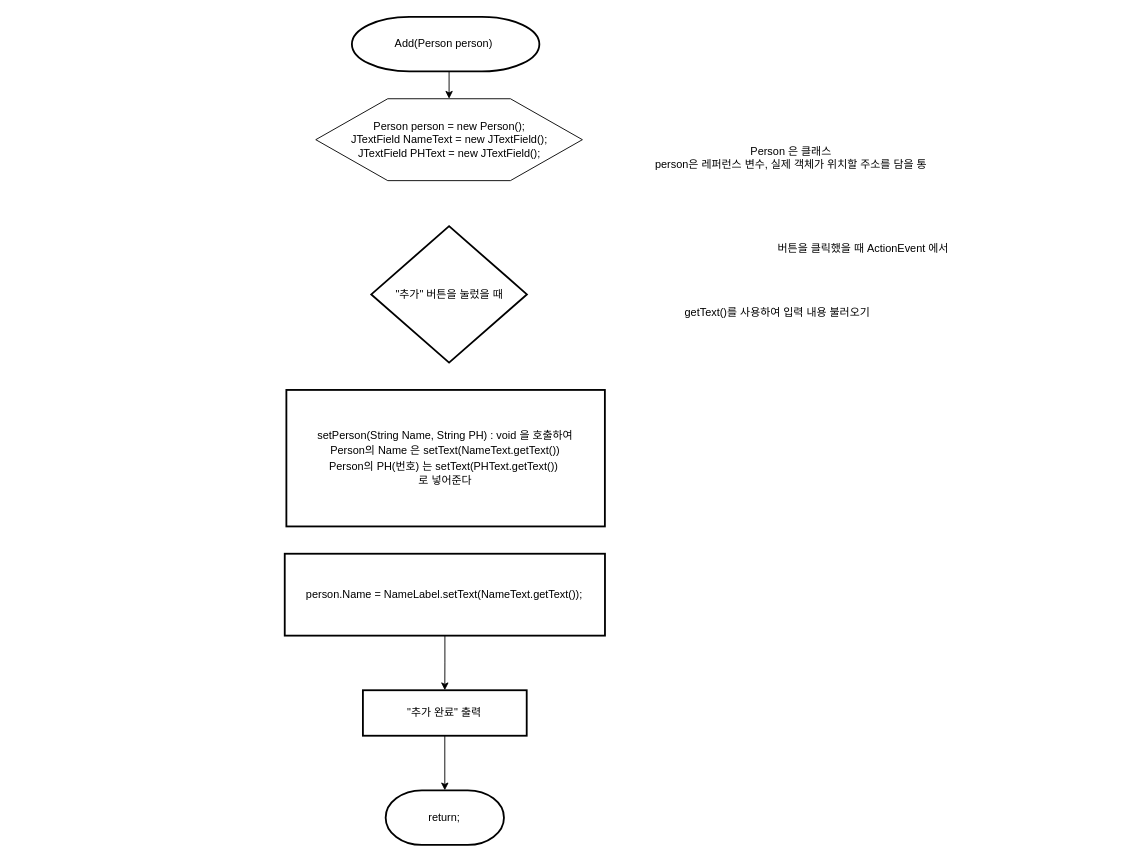
This is 순서도/Add 기능 순서도_java.drawio from skatld123/PH_list_java, a draw.io file, before an edit. Source tidied: cells renumbered, new cells numbered last; positions are measured from the earlier drawing's top-left corner, leaving out a move shared by most shapes. Both pictures are drawn from the tidied source at 91%, with x=0, y=0 at pixel (284, 16).
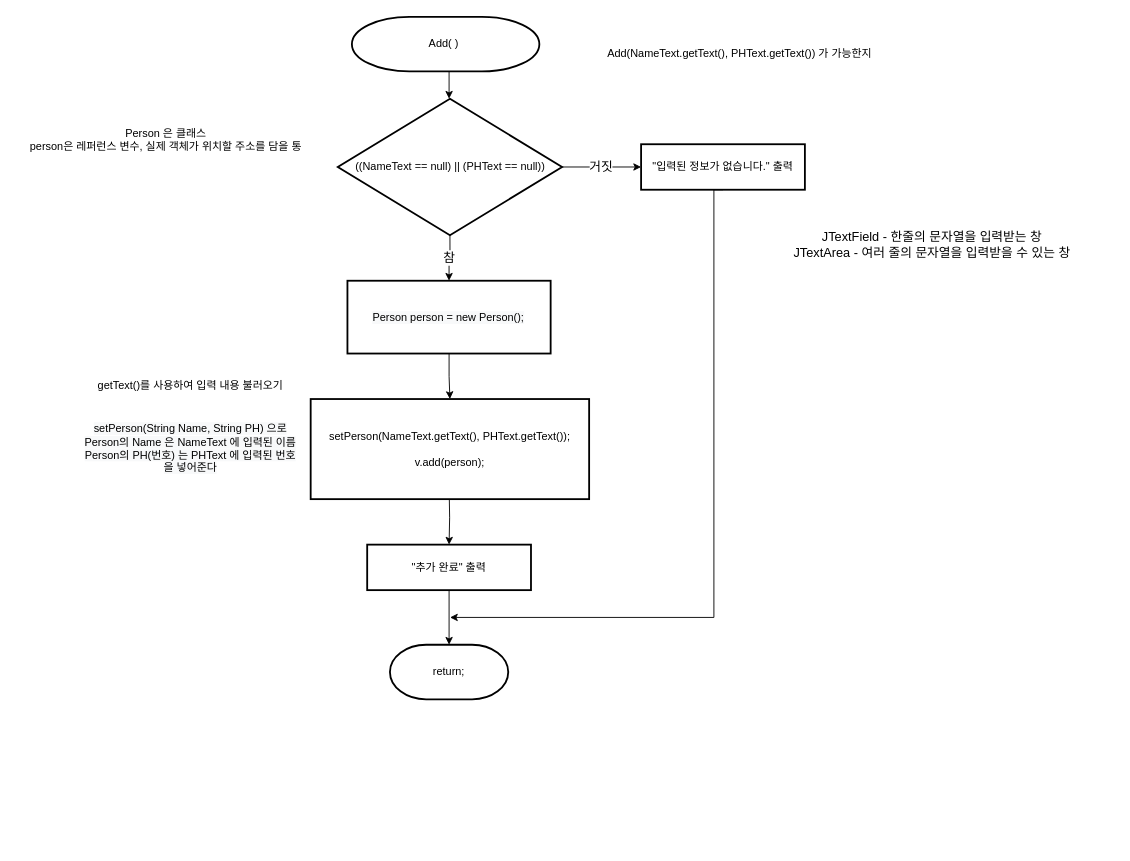
After the change.

Commit message:
Add 기능 순서도_java.drawio 업데이트

Diff of the diagram source:
```diff
@@
-    <mxCell id="3" value="&lt;span style=&quot;text-align: left&quot;&gt;Add(Person person)&amp;nbsp;&lt;/span&gt;" style="strokeWidth=2;html=1;shape=mxgraph.flowchart.terminator;whiteSpace=wrap;" parent="1" vertex="1">
+    <mxCell id="3" value="&lt;span style=&quot;text-align: left&quot;&gt;Add( )&amp;nbsp;&lt;/span&gt;" style="strokeWidth=2;html=1;shape=mxgraph.flowchart.terminator;whiteSpace=wrap;" parent="1" vertex="1">
       <mxGeometry x="74.2" width="206" height="60" as="geometry" />
     </mxCell>
-    <mxCell id="4" value="Person person = new Person();&lt;br&gt;JTextField NameText = new JTextField();&lt;br&gt;JTextField PHText = new JTextField();&lt;br&gt;" style="verticalLabelPosition=middle;verticalAlign=middle;html=1;shape=hexagon;perimeter=hexagonPerimeter2;arcSize=6;size=0.27;labelPosition=center;align=center;" parent="1" vertex="1">
-      <mxGeometry x="34.5" y="90" width="293" height="90" as="geometry" />
-    </mxCell>
     <mxCell id="5" value="return;" style="strokeWidth=2;html=1;shape=mxgraph.flowchart.terminator;whiteSpace=wrap;" parent="1" vertex="1">
-      <mxGeometry x="111.3" y="850" width="130" height="60" as="geometry" />
+      <mxGeometry x="116" y="690" width="130" height="60" as="geometry" />
     </mxCell>
@@
     <mxCell id="7" value="&quot;추가 완료&quot; 출력" style="rounded=1;whiteSpace=wrap;html=1;absoluteArcSize=1;arcSize=0;strokeWidth=2;" parent="1" vertex="1">
-      <mxGeometry x="86.3" y="740" width="180" height="50" as="geometry" />
+      <mxGeometry x="91" y="580" width="180" height="50" as="geometry" />
     </mxCell>
-    <mxCell id="8" style="edgeStyle=orthogonalEdgeStyle;rounded=0;jettySize=auto;html=1;entryX=0.5;entryY=0;entryDx=0;entryDy=0;" parent="1" edge="1" source="9" target="7">
-      <mxGeometry relative="1" as="geometry" />
+    <mxCell id="8" style="edgeStyle=orthogonalEdgeStyle;rounded=0;jettySize=auto;html=1;entryX=0.5;entryY=0;entryDx=0;entryDy=0;" parent="1" edge="1" target="7">
+      <mxGeometry relative="1" as="geometry">
+        <mxPoint x="181.1" y="520" as="sourcePoint" />
+      </mxGeometry>
     </mxCell>
-    <mxCell id="9" value="person.Name = NameLabel.setText(NameText.getText());" style="rounded=1;whiteSpace=wrap;html=1;absoluteArcSize=1;arcSize=0;strokeWidth=2;align=center;" parent="1" vertex="1">
-      <mxGeometry x="0.4" y="590" width="351.9" height="90" as="geometry" />
-    </mxCell>
     <mxCell id="10" value="Person 은 클래스&lt;br&gt;person은 레퍼런스 변수, 실제 객체가 위치할 주소를 담을 통" style="text;html=1;strokeColor=none;fillColor=none;align=center;verticalAlign=middle;whiteSpace=wrap;rounded=0;" parent="1" vertex="1">
-      <mxGeometry x="392" y="100" width="330" height="110" as="geometry" />
+      <mxGeometry x="-295.5" y="80" width="330" height="110" as="geometry" />
     </mxCell>
-    <mxCell id="11" value="버튼을 클릭했을 때 ActionEvent 에서&amp;nbsp;" style="text;html=1;strokeColor=none;fillColor=none;align=center;verticalAlign=middle;whiteSpace=wrap;rounded=0;" parent="1" vertex="1">
-      <mxGeometry x="533" y="210" width="210" height="90" as="geometry" />
-    </mxCell>
-    <mxCell id="12" value="&lt;p style=&quot;line-height: 140%&quot;&gt;&lt;span style=&quot;text-align: left&quot;&gt;setPerson(String Name, String PH) : void 을 호출하여&lt;br&gt;Person의 Name 은&amp;nbsp;&lt;/span&gt;setText(NameText.getText())&lt;br&gt;&lt;span style=&quot;text-align: left&quot;&gt;Person의 PH(번호) 는 &lt;/span&gt;setText(PHText.getText())&amp;nbsp;&lt;br&gt;&lt;span style=&quot;text-align: left&quot;&gt;로 넣어준다&lt;br&gt;&lt;/span&gt;&lt;/p&gt;" style="rounded=1;whiteSpace=wrap;html=1;absoluteArcSize=1;arcSize=0;strokeWidth=2;align=center;" parent="1" vertex="1">
-      <mxGeometry x="2.2" y="410" width="350" height="150" as="geometry" />
+    <mxCell id="12" value="&lt;p style=&quot;line-height: 140%&quot;&gt;&lt;span style=&quot;text-align: left&quot;&gt;setPerson(&lt;/span&gt;NameText.getText()&lt;span style=&quot;text-align: left&quot;&gt;,&amp;nbsp;&lt;/span&gt;PHText.getText());&lt;/p&gt;&lt;p style=&quot;line-height: 140%&quot;&gt;v.add(person);&lt;/p&gt;" style="rounded=1;whiteSpace=wrap;html=1;absoluteArcSize=1;arcSize=0;strokeWidth=2;align=center;" parent="1" vertex="1">
+      <mxGeometry x="28.9" y="420" width="306" height="110" as="geometry" />
     </mxCell>
+    <mxCell id="15" value="거짓" style="edgeStyle=orthogonalEdgeStyle;rounded=0;jettySize=auto;html=1;exitX=1;exitY=0.5;exitDx=0;exitDy=0;exitPerimeter=0;entryX=0;entryY=0.5;entryDx=0;entryDy=0;fontSize=14;" parent="1" edge="1" source="13" target="19">
+      <mxGeometry relative="1" as="geometry" />
+    </mxCell>
+    <mxCell id="16" value="참" style="edgeStyle=orthogonalEdgeStyle;rounded=0;jettySize=auto;html=1;exitX=0.5;exitY=1;exitDx=0;exitDy=0;exitPerimeter=0;entryX=0.5;entryY=0;entryDx=0;entryDy=0;fontSize=14;" parent="1" edge="1" source="13" target="23">
+      <mxGeometry relative="1" as="geometry" />
+    </mxCell>
-    <mxCell id="13" value="&quot;추가&quot; 버튼을 눌렀을 때" style="strokeWidth=2;html=1;shape=mxgraph.flowchart.decision;whiteSpace=wrap;" parent="1" vertex="1">
-      <mxGeometry x="95.5" y="230" width="171" height="150" as="geometry" />
+    <mxCell id="13" value="((NameText == null) || (PHText == null))" style="strokeWidth=2;html=1;shape=mxgraph.flowchart.decision;whiteSpace=wrap;" parent="1" vertex="1">
+      <mxGeometry x="58.7" y="90" width="246.5" height="150" as="geometry" />
     </mxCell>
     <mxCell id="14" value="getText()를 사용하여 입력 내용 불러오기" style="text;html=1;strokeColor=none;fillColor=none;align=center;verticalAlign=middle;whiteSpace=wrap;rounded=0;" parent="1" vertex="1">
-      <mxGeometry x="432" y="280" width="220" height="90" as="geometry" />
+      <mxGeometry x="-213" y="360" width="220" height="90" as="geometry" />
     </mxCell>
+    <mxCell id="17" value="&lt;br&gt;&lt;br&gt;&lt;span style=&quot;color: rgb(0 , 0 , 0) ; font-family: &amp;#34;helvetica&amp;#34; ; font-size: 12px ; font-style: normal ; font-weight: 400 ; letter-spacing: normal ; text-indent: 0px ; text-transform: none ; word-spacing: 0px ; background-color: rgb(248 , 249 , 250) ; text-align: left&quot;&gt;setPerson(String Name, String PH) 으로&lt;br&gt;Person의 Name 은&amp;nbsp;&lt;/span&gt;&lt;span style=&quot;color: rgb(0 , 0 , 0) ; font-family: &amp;#34;helvetica&amp;#34; ; font-size: 12px ; font-style: normal ; font-weight: 400 ; letter-spacing: normal ; text-align: center ; text-indent: 0px ; text-transform: none ; word-spacing: 0px ; background-color: rgb(248 , 249 , 250) ; display: inline ; float: none&quot;&gt;NameText 에 입력된 이름&lt;/span&gt;&lt;br style=&quot;color: rgb(0 , 0 , 0) ; font-family: &amp;#34;helvetica&amp;#34; ; font-size: 12px ; font-style: normal ; font-weight: 400 ; letter-spacing: normal ; text-align: center ; text-indent: 0px ; text-transform: none ; word-spacing: 0px ; background-color: rgb(248 , 249 , 250)&quot;&gt;&lt;span style=&quot;color: rgb(0 , 0 , 0) ; font-family: &amp;#34;helvetica&amp;#34; ; font-size: 12px ; font-style: normal ; font-weight: 400 ; letter-spacing: normal ; text-indent: 0px ; text-transform: none ; word-spacing: 0px ; background-color: rgb(248 , 249 , 250) ; text-align: left&quot;&gt;Person의 PH(번호) 는&amp;nbsp;&lt;/span&gt;&lt;span style=&quot;color: rgb(0 , 0 , 0) ; font-family: &amp;#34;helvetica&amp;#34; ; font-size: 12px ; font-style: normal ; font-weight: 400 ; letter-spacing: normal ; text-align: center ; text-indent: 0px ; text-transform: none ; word-spacing: 0px ; background-color: rgb(248 , 249 , 250) ; display: inline ; float: none&quot;&gt;PHText 에 입력된 번호&lt;/span&gt;&lt;br style=&quot;color: rgb(0 , 0 , 0) ; font-family: &amp;#34;helvetica&amp;#34; ; font-size: 12px ; font-style: normal ; font-weight: 400 ; letter-spacing: normal ; text-align: center ; text-indent: 0px ; text-transform: none ; word-spacing: 0px ; background-color: rgb(248 , 249 , 250)&quot;&gt;&lt;span style=&quot;color: rgb(0 , 0 , 0) ; font-family: &amp;#34;helvetica&amp;#34; ; font-size: 12px ; font-style: normal ; font-weight: 400 ; letter-spacing: normal ; text-indent: 0px ; text-transform: none ; word-spacing: 0px ; background-color: rgb(248 , 249 , 250) ; text-align: left&quot;&gt;을 넣어준다&lt;/span&gt;" style="text;html=1;strokeColor=none;fillColor=none;align=center;verticalAlign=middle;whiteSpace=wrap;rounded=0;" parent="1" vertex="1">
+      <mxGeometry x="-248" y="380" width="290" height="160" as="geometry" />
+    </mxCell>
+    <mxCell id="18" style="edgeStyle=orthogonalEdgeStyle;rounded=0;jettySize=auto;html=1;exitX=0.5;exitY=1;exitDx=0;exitDy=0;fontSize=14;" parent="1" edge="1" source="19">
+      <mxGeometry relative="1" as="geometry">
+        <mxPoint x="182" y="660" as="targetPoint" />
+        <Array as="points">
+          <mxPoint x="472" y="660" />
+        </Array>
+      </mxGeometry>
+    </mxCell>
+    <mxCell id="19" value="&quot;입력된 정보가 없습니다.&quot; 출력" style="rounded=1;whiteSpace=wrap;html=1;absoluteArcSize=1;arcSize=0;strokeWidth=2;" parent="1" vertex="1">
+      <mxGeometry x="392" y="140" width="180" height="50" as="geometry" />
+    </mxCell>
+    <mxCell id="20" value="JTextField - 한줄의 문자열을 입력받는 창&lt;br&gt;JTextArea - 여러 줄의 문자열을 입력받을 수 있는 창" style="text;html=1;strokeColor=none;fillColor=none;align=center;verticalAlign=middle;whiteSpace=wrap;rounded=0;fontSize=14;" parent="1" vertex="1">
+      <mxGeometry x="512" y="200" width="400" height="100" as="geometry" />
+    </mxCell>
+    <mxCell id="21" value="&lt;span style=&quot;font-size: 12px&quot;&gt;Add(NameText.getText()&lt;/span&gt;&lt;span style=&quot;font-size: 12px ; text-align: left&quot;&gt;,&amp;nbsp;&lt;/span&gt;&lt;span style=&quot;font-size: 12px&quot;&gt;PHText.getText()) 가 가능한지&lt;/span&gt;" style="text;html=1;strokeColor=none;fillColor=none;align=center;verticalAlign=middle;whiteSpace=wrap;rounded=0;fontSize=14;" parent="1" vertex="1">
+      <mxGeometry x="327.5" width="344.5" height="80" as="geometry" />
+    </mxCell>
+    <mxCell id="22" style="edgeStyle=orthogonalEdgeStyle;rounded=0;jettySize=auto;html=1;entryX=0.5;entryY=0;entryDx=0;entryDy=0;fontSize=14;" parent="1" edge="1" source="23" target="12">
+      <mxGeometry relative="1" as="geometry" />
+    </mxCell>
+    <mxCell id="23" value="&#10;&#10;&lt;span style=&quot;color: rgb(0, 0, 0); font-family: helvetica; font-size: 12px; font-style: normal; font-weight: 400; letter-spacing: normal; text-align: center; text-indent: 0px; text-transform: none; word-spacing: 0px; background-color: rgb(248, 249, 250); display: inline; float: none;&quot;&gt;Person person = new Person();&lt;/span&gt;&#10;&#10;" style="rounded=1;whiteSpace=wrap;html=1;absoluteArcSize=1;arcSize=0;strokeWidth=2;fontSize=14;" parent="1" vertex="1">
+      <mxGeometry x="69.3" y="290" width="223.3" height="80" as="geometry" />
+    </mxCell>
```
